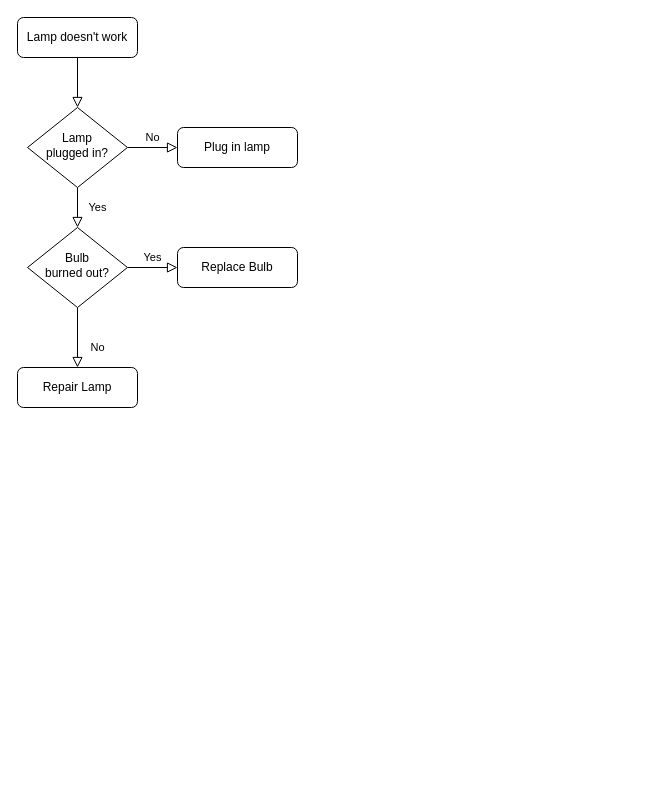
The draw.io diagram draw.io/Untitled Diagram.drawio in Yessminech/Bachelor_Thesis, before the edit. Source tidied: cells renumbered, new cells numbered last; positions are measured from the earlier drawing's top-left corner, leaving out a move shared by most shapes. Both pictures are drawn from the tidied source at 100%, with x=0, y=0 at pixel (17, 17).
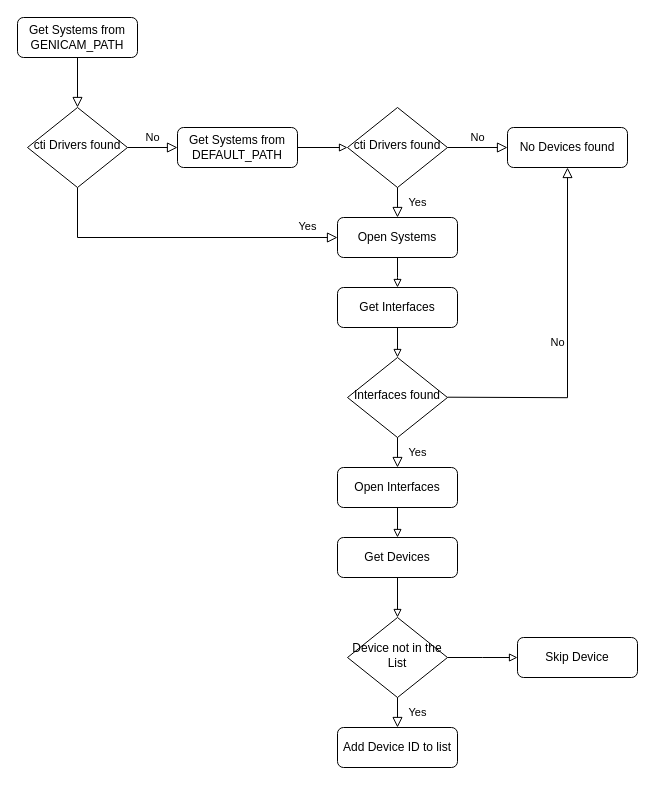
Above is the later version.

What changed in the source:
```diff
@@
-    <mxCell id="3" value="Lamp doesn't work" style="rounded=1;whiteSpace=wrap;html=1;fontSize=12;glass=0;strokeWidth=1;shadow=0;" parent="1" vertex="1">
+    <mxCell id="3" value="Get Systems from GENICAM_PATH" style="rounded=1;whiteSpace=wrap;html=1;fontSize=12;glass=0;strokeWidth=1;shadow=0;" parent="1" vertex="1">
       <mxGeometry width="120" height="40" as="geometry" />
     </mxCell>
-    <mxCell id="4" value="Yes" style="rounded=0;html=1;jettySize=auto;fontSize=11;endArrow=block;endFill=0;endSize=8;strokeWidth=1;shadow=0;labelBackgroundColor=none;edgeStyle=orthogonalEdgeStyle;" parent="1" edge="1" source="6" target="10">
-      <mxGeometry y="20" relative="1" as="geometry" />
+    <mxCell id="4" style="rounded=0;html=1;jettySize=auto;fontSize=11;endArrow=block;endFill=0;endSize=8;strokeWidth=1;shadow=0;labelBackgroundColor=none;edgeStyle=orthogonalEdgeStyle;entryX=0;entryY=0.5;entryDx=0;entryDy=0;" parent="1" edge="1" source="6" target="16">
+      <mxGeometry y="20" relative="1" as="geometry">
+        <Array as="points">
+          <mxPoint x="60" y="220" />
+        </Array>
+      </mxGeometry>
     </mxCell>
@@
-    <mxCell id="6" value="Lamp&lt;br&gt;plugged in?" style="rhombus;whiteSpace=wrap;html=1;shadow=0;fontFamily=Helvetica;fontSize=12;align=center;strokeWidth=1;spacing=6;spacingTop=-4;" parent="1" vertex="1">
+    <mxCell id="6" value="cti Drivers found" style="rhombus;whiteSpace=wrap;html=1;shadow=0;fontFamily=Helvetica;fontSize=12;align=center;strokeWidth=1;spacing=6;spacingTop=-4;" parent="1" vertex="1">
       <mxGeometry x="10" y="90" width="100" height="80" as="geometry" />
     </mxCell>
+    <mxCell id="13" style="edgeStyle=orthogonalEdgeStyle;rounded=0;jettySize=auto;html=1;endArrow=block;endFill=0;" parent="1" edge="1" source="7" target="14">
+      <mxGeometry relative="1" as="geometry" />
+    </mxCell>
-    <mxCell id="7" value="Plug in lamp" style="rounded=1;whiteSpace=wrap;html=1;fontSize=12;glass=0;strokeWidth=1;shadow=0;" parent="1" vertex="1">
+    <mxCell id="7" value="Get Systems from DEFAULT_PATH" style="rounded=1;whiteSpace=wrap;html=1;fontSize=12;glass=0;strokeWidth=1;shadow=0;" parent="1" vertex="1">
       <mxGeometry x="160" y="110" width="120" height="40" as="geometry" />
     </mxCell>
-    <mxCell id="8" value="No" style="rounded=0;html=1;jettySize=auto;fontSize=11;endArrow=block;endFill=0;endSize=8;strokeWidth=1;shadow=0;labelBackgroundColor=none;edgeStyle=orthogonalEdgeStyle;" parent="1" edge="1" source="10" target="11">
-      <mxGeometry x="0.33" y="20" relative="1" as="geometry" />
-    </mxCell>
-    <mxCell id="9" value="Yes" style="edgeStyle=orthogonalEdgeStyle;rounded=0;html=1;jettySize=auto;fontSize=11;endArrow=block;endFill=0;endSize=8;strokeWidth=1;shadow=0;labelBackgroundColor=none;" parent="1" edge="1" source="10" target="12">
-      <mxGeometry y="10" relative="1" as="geometry" />
-    </mxCell>
-    <mxCell id="10" value="Bulb&lt;br&gt;burned out?" style="rhombus;whiteSpace=wrap;html=1;shadow=0;fontFamily=Helvetica;fontSize=12;align=center;strokeWidth=1;spacing=6;spacingTop=-4;" parent="1" vertex="1">
-      <mxGeometry x="10" y="210" width="100" height="80" as="geometry" />
-    </mxCell>
-    <mxCell id="11" value="Repair Lamp" style="rounded=1;whiteSpace=wrap;html=1;fontSize=12;glass=0;strokeWidth=1;shadow=0;" parent="1" vertex="1">
-      <mxGeometry y="350" width="120" height="40" as="geometry" />
-    </mxCell>
-    <mxCell id="12" value="Replace Bulb" style="rounded=1;whiteSpace=wrap;html=1;fontSize=12;glass=0;strokeWidth=1;shadow=0;" parent="1" vertex="1">
-      <mxGeometry x="160" y="230" width="120" height="40" as="geometry" />
-    </mxCell>
+    <mxCell id="14" value="cti Drivers found" style="rhombus;whiteSpace=wrap;html=1;shadow=0;fontFamily=Helvetica;fontSize=12;align=center;strokeWidth=1;spacing=6;spacingTop=-4;" parent="1" vertex="1">
+      <mxGeometry x="330" y="90" width="100" height="80" as="geometry" />
+    </mxCell>
+    <mxCell id="15" style="edgeStyle=orthogonalEdgeStyle;rounded=0;jettySize=auto;html=1;entryX=0.5;entryY=0;entryDx=0;entryDy=0;endArrow=block;endFill=0;" parent="1" edge="1" source="16">
+      <mxGeometry relative="1" as="geometry">
+        <mxPoint x="380" y="270" as="targetPoint" />
+      </mxGeometry>
+    </mxCell>
+    <mxCell id="16" value="Open Systems" style="rounded=1;whiteSpace=wrap;html=1;fontSize=12;glass=0;strokeWidth=1;shadow=0;" parent="1" vertex="1">
+      <mxGeometry x="320" y="200" width="120" height="40" as="geometry" />
+    </mxCell>
+    <mxCell id="17" value="Yes" style="rounded=0;html=1;jettySize=auto;fontSize=11;endArrow=block;endFill=0;endSize=8;strokeWidth=1;shadow=0;labelBackgroundColor=none;edgeStyle=orthogonalEdgeStyle;entryX=0.5;entryY=0;entryDx=0;entryDy=0;exitX=0.5;exitY=1;exitDx=0;exitDy=0;" parent="1" edge="1" source="14" target="16">
+      <mxGeometry x="-0.01" y="20" relative="1" as="geometry" />
+    </mxCell>
+    <mxCell id="18" value="&lt;font style=&quot;font-size: 11px;&quot;&gt;Yes&lt;/font&gt;" style="text;html=1;align=center;verticalAlign=middle;strokeColor=none;fillColor=none;" parent="1" vertex="1">
+      <mxGeometry x="270" y="194" width="40" height="30" as="geometry" />
+    </mxCell>
+    <mxCell id="19" style="edgeStyle=orthogonalEdgeStyle;rounded=0;jettySize=auto;html=1;endArrow=block;endFill=0;" parent="1" edge="1" source="20" target="29">
+      <mxGeometry relative="1" as="geometry" />
+    </mxCell>
+    <mxCell id="20" value="Open Interfaces" style="rounded=1;whiteSpace=wrap;html=1;fontSize=12;glass=0;strokeWidth=1;shadow=0;" parent="1" vertex="1">
+      <mxGeometry x="320" y="450" width="120" height="40" as="geometry" />
+    </mxCell>
+    <mxCell id="21" style="edgeStyle=orthogonalEdgeStyle;rounded=0;jettySize=auto;html=1;endArrow=block;endFill=0;" parent="1" edge="1" source="22" target="23">
+      <mxGeometry relative="1" as="geometry" />
+    </mxCell>
+    <mxCell id="22" value="Get Interfaces" style="rounded=1;whiteSpace=wrap;html=1;fontSize=12;glass=0;strokeWidth=1;shadow=0;" parent="1" vertex="1">
+      <mxGeometry x="320" y="270" width="120" height="40" as="geometry" />
+    </mxCell>
+    <mxCell id="23" value="Interfaces found" style="rhombus;whiteSpace=wrap;html=1;shadow=0;fontFamily=Helvetica;fontSize=12;align=center;strokeWidth=1;spacing=6;spacingTop=-4;" parent="1" vertex="1">
+      <mxGeometry x="330" y="340" width="100" height="80" as="geometry" />
+    </mxCell>
+    <mxCell id="24" value="Yes" style="rounded=0;html=1;jettySize=auto;fontSize=11;endArrow=block;endFill=0;endSize=8;strokeWidth=1;shadow=0;labelBackgroundColor=none;edgeStyle=orthogonalEdgeStyle;entryX=0.5;entryY=0;entryDx=0;entryDy=0;exitX=0.5;exitY=1;exitDx=0;exitDy=0;" parent="1" edge="1" source="23" target="20">
+      <mxGeometry x="-0.01" y="20" relative="1" as="geometry" />
+    </mxCell>
+    <mxCell id="25" value="No Devices found" style="rounded=1;whiteSpace=wrap;html=1;fontSize=12;glass=0;strokeWidth=1;shadow=0;" parent="1" vertex="1">
+      <mxGeometry x="490" y="110" width="120" height="40" as="geometry" />
+    </mxCell>
+    <mxCell id="26" value="No" style="edgeStyle=orthogonalEdgeStyle;rounded=0;html=1;jettySize=auto;fontSize=11;endArrow=block;endFill=0;endSize=8;strokeWidth=1;shadow=0;labelBackgroundColor=none;exitX=1;exitY=0.5;exitDx=0;exitDy=0;entryX=0;entryY=0.5;entryDx=0;entryDy=0;" parent="1" edge="1" source="14" target="25">
+      <mxGeometry y="10" relative="1" as="geometry" />
+    </mxCell>
+    <mxCell id="27" value="No" style="edgeStyle=orthogonalEdgeStyle;rounded=0;html=1;jettySize=auto;fontSize=11;endArrow=block;endFill=0;endSize=8;strokeWidth=1;shadow=0;labelBackgroundColor=none;" parent="1" edge="1" target="25">
+      <mxGeometry y="10" relative="1" as="geometry">
+        <mxPoint x="430" y="379.7" as="sourcePoint" />
+      </mxGeometry>
+    </mxCell>
+    <mxCell id="28" style="edgeStyle=orthogonalEdgeStyle;rounded=0;jettySize=auto;html=1;endArrow=block;endFill=0;" parent="1" edge="1" source="29" target="31">
+      <mxGeometry relative="1" as="geometry" />
+    </mxCell>
+    <mxCell id="29" value="Get Devices" style="rounded=1;whiteSpace=wrap;html=1;fontSize=12;glass=0;strokeWidth=1;shadow=0;" parent="1" vertex="1">
+      <mxGeometry x="320" y="520" width="120" height="40" as="geometry" />
+    </mxCell>
+    <mxCell id="30" style="edgeStyle=orthogonalEdgeStyle;rounded=0;jettySize=auto;html=1;endArrow=block;endFill=0;" parent="1" edge="1" source="31">
+      <mxGeometry relative="1" as="geometry">
+        <mxPoint x="500" y="640" as="targetPoint" />
+      </mxGeometry>
+    </mxCell>
+    <mxCell id="31" value="Device not in the List" style="rhombus;whiteSpace=wrap;html=1;shadow=0;fontFamily=Helvetica;fontSize=12;align=center;strokeWidth=1;spacing=6;spacingTop=-4;" parent="1" vertex="1">
+      <mxGeometry x="330" y="600" width="100" height="80" as="geometry" />
+    </mxCell>
+    <mxCell id="32" value="Yes" style="rounded=0;html=1;jettySize=auto;fontSize=11;endArrow=block;endFill=0;endSize=8;strokeWidth=1;shadow=0;labelBackgroundColor=none;edgeStyle=orthogonalEdgeStyle;exitX=0.5;exitY=1;exitDx=0;exitDy=0;" parent="1" edge="1" source="31">
+      <mxGeometry x="-0.01" y="20" relative="1" as="geometry">
+        <mxPoint x="380" y="710" as="targetPoint" />
+      </mxGeometry>
+    </mxCell>
+    <mxCell id="33" value="Add Device ID to list" style="rounded=1;whiteSpace=wrap;html=1;fontSize=12;glass=0;strokeWidth=1;shadow=0;" parent="1" vertex="1">
+      <mxGeometry x="320" y="710" width="120" height="40" as="geometry" />
+    </mxCell>
+    <mxCell id="34" value="Skip Device" style="rounded=1;whiteSpace=wrap;html=1;fontSize=12;glass=0;strokeWidth=1;shadow=0;" parent="1" vertex="1">
+      <mxGeometry x="500" y="620" width="120" height="40" as="geometry" />
+    </mxCell>
```
